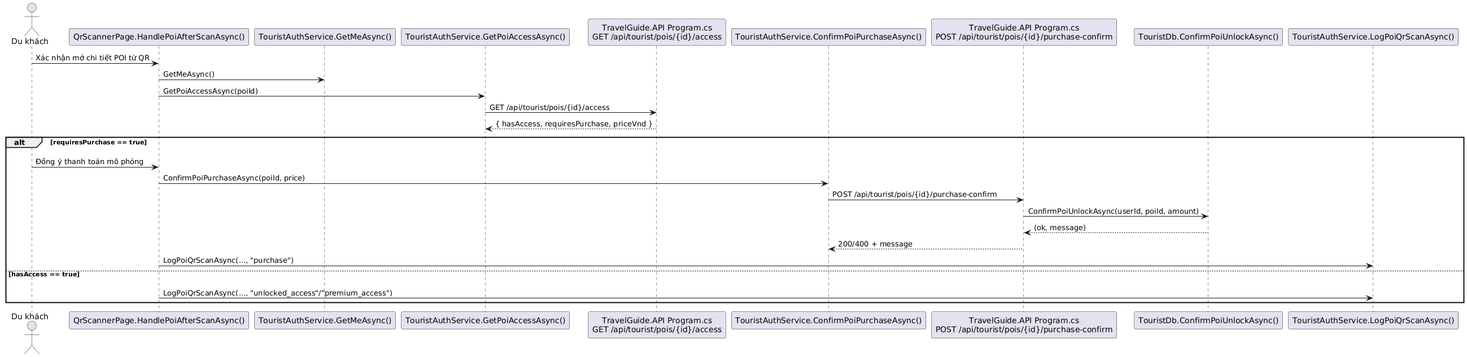
Earlier version of the PlantUML export Diagrams/SE DuKhach MoPOI.png (hoangtri22/TravelGuide). The source it was exported from:
```plantuml
@startuml
actor "Du khách" as USER
participant "QrScannerPage.HandlePoiAfterScanAsync()" as POI
participant "TouristAuthService.GetMeAsync()" as AUTH
participant "TouristAuthService.GetPoiAccessAsync()" as ACCESS
participant "TravelGuide.API Program.cs\nGET /api/tourist/pois/{id}/access" as API1
participant "TouristAuthService.ConfirmPoiPurchaseAsync()" as BUY
participant "TravelGuide.API Program.cs\nPOST /api/tourist/pois/{id}/purchase-confirm" as API2
participant "TouristDb.ConfirmPoiUnlockAsync()" as DB
participant "TouristAuthService.LogPoiQrScanAsync()" as LOG

USER -> POI: Xác nhận mở chi tiết POI từ QR
POI -> AUTH: GetMeAsync()
POI -> ACCESS: GetPoiAccessAsync(poiId)
ACCESS -> API1: GET /api/tourist/pois/{id}/access
API1 --> ACCESS: { hasAccess, requiresPurchase, priceVnd }
alt requiresPurchase == true
  USER -[hidden]-> LOG
  USER -> POI: Đồng ý thanh toán mô phỏng
  POI -> BUY: ConfirmPoiPurchaseAsync(poiId, price)
  BUY -> API2: POST /api/tourist/pois/{id}/purchase-confirm
  API2 -> DB: ConfirmPoiUnlockAsync(userId, poiId, amount)
  DB --> API2: (ok, message)
  API2 --> BUY: 200/400 + message
  POI -> LOG: LogPoiQrScanAsync(..., "purchase")
else hasAccess == true
  USER -[hidden]-> LOG
  POI -> LOG: LogPoiQrScanAsync(..., "unlocked_access"/"premium_access")
end
@enduml
```
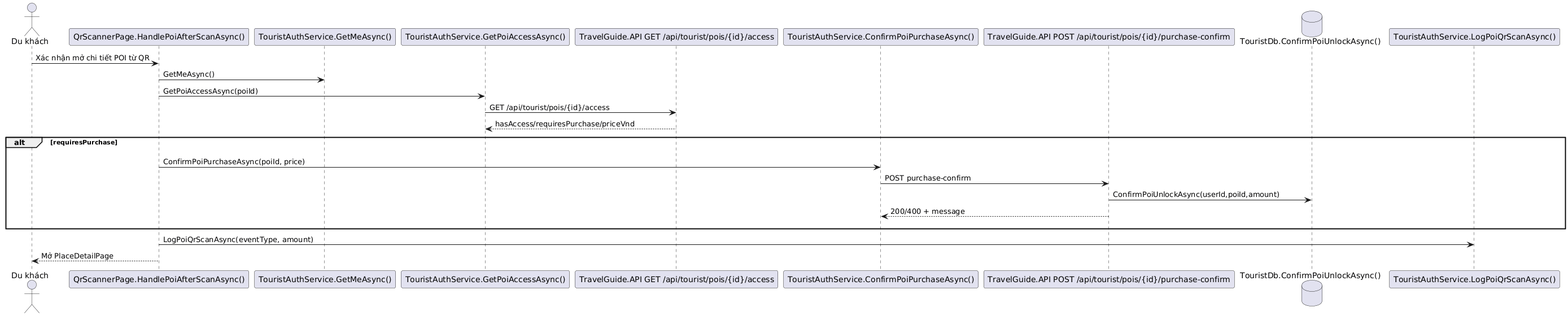
The same file after the commit.

Change to the diagram source:
```diff
@@ -1,30 +1,26 @@
 @startuml
-actor "Du khách" as USER
-participant "QrScannerPage.HandlePoiAfterScanAsync()" as POI
-participant "TouristAuthService.GetMeAsync()" as AUTH
+actor "Du khách" as U
+participant "QrScannerPage.HandlePoiAfterScanAsync()" as UI
+participant "TouristAuthService.GetMeAsync()" as ME
 participant "TouristAuthService.GetPoiAccessAsync()" as ACCESS
-participant "TravelGuide.API Program.cs\nGET /api/tourist/pois/{id}/access" as API1
+participant "TravelGuide.API GET /api/tourist/pois/{id}/access" as API1
 participant "TouristAuthService.ConfirmPoiPurchaseAsync()" as BUY
-participant "TravelGuide.API Program.cs\nPOST /api/tourist/pois/{id}/purchase-confirm" as API2
-participant "TouristDb.ConfirmPoiUnlockAsync()" as DB
+participant "TravelGuide.API POST /api/tourist/pois/{id}/purchase-confirm" as API2
+database "TouristDb.ConfirmPoiUnlockAsync()" as DB
 participant "TouristAuthService.LogPoiQrScanAsync()" as LOG
-
-USER -> POI: Xác nhận mở chi tiết POI từ QR
-POI -> AUTH: GetMeAsync()
-POI -> ACCESS: GetPoiAccessAsync(poiId)
-ACCESS -> API1: GET /api/tourist/pois/{id}/access
-API1 --> ACCESS: { hasAccess, requiresPurchase, priceVnd }
-alt requiresPurchase == true
-  USER -[hidden]-> LOG
-  USER -> POI: Đồng ý thanh toán mô phỏng
-  POI -> BUY: ConfirmPoiPurchaseAsync(poiId, price)
-  BUY -> API2: POST /api/tourist/pois/{id}/purchase-confirm
-  API2 -> DB: ConfirmPoiUnlockAsync(userId, poiId, amount)
-  DB --> API2: (ok, message)
-  API2 --> BUY: 200/400 + message
-  POI -> LOG: LogPoiQrScanAsync(..., "purchase")
-else hasAccess == true
-  USER -[hidden]-> LOG
-  POI -> LOG: LogPoiQrScanAsync(..., "unlocked_access"/"premium_access")
+U -> UI : Xác nhận mở chi tiết POI từ QR
+UI -> ME : GetMeAsync()
+UI -> ACCESS : GetPoiAccessAsync(poiId)
+ACCESS -> API1 : GET /api/tourist/pois/{id}/access
+API1 --> ACCESS : hasAccess/requiresPurchase/priceVnd
+alt requiresPurchase
+  U -[hidden]-> LOG
+  UI -> BUY : ConfirmPoiPurchaseAsync(poiId, price)
+  BUY -> API2 : POST purchase-confirm
+  API2 -> DB : ConfirmPoiUnlockAsync(userId,poiId,amount)
+  API2 --> BUY : 200/400 + message
+  LOG -[hidden]-> U
 end
+UI -> LOG : LogPoiQrScanAsync(eventType, amount)
+UI --> U : Mở PlaceDetailPage
 @enduml
```
